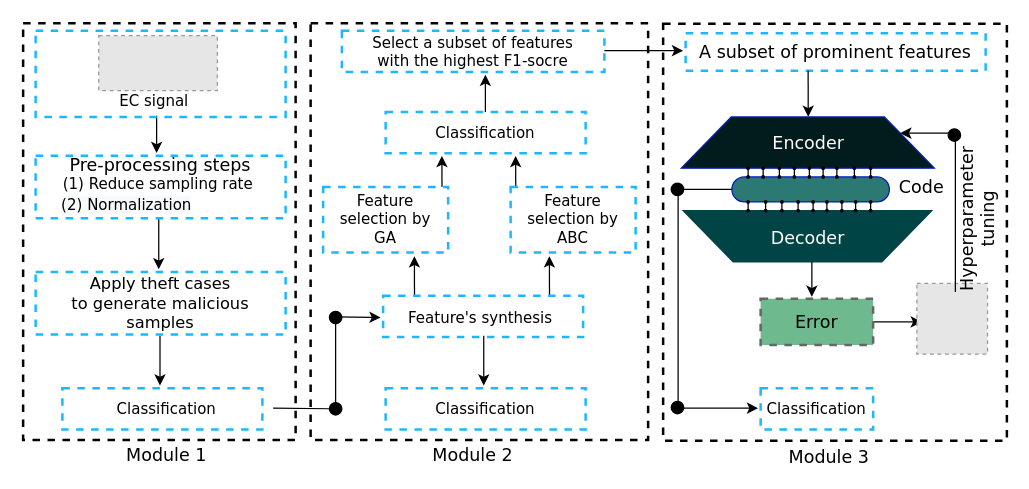
This is j2_systemModel.drawio from Faisalse/j1_smartgrid, a draw.io file, before an edit. Source tidied: cells renumbered, new cells numbered last; positions are measured from the earlier drawing's top-left corner, leaving out a move shared by most shapes. Both pictures are drawn from the tidied source at 125%, with x=0, y=0 at pixel (22, 22). Pictures stored in the file or linked from it are replaced by grey dashed boxes.
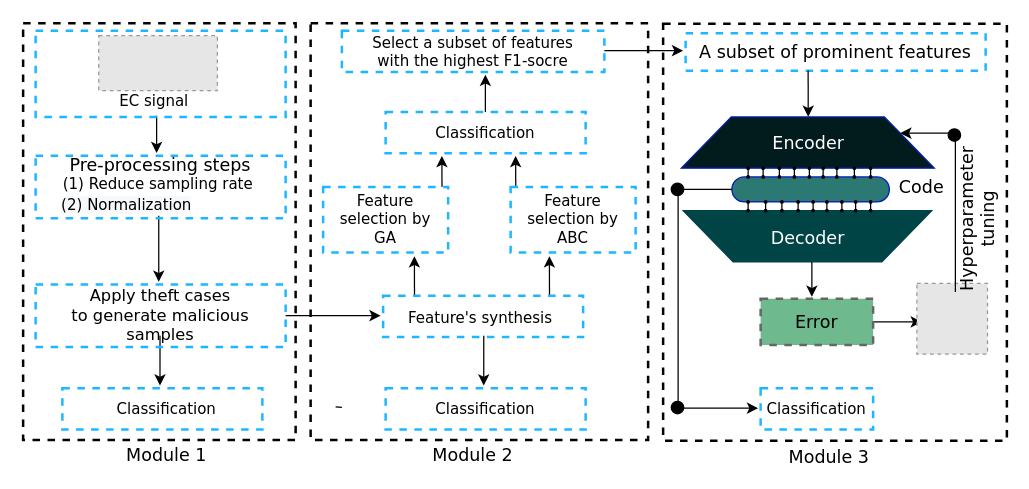
The same page after the edit.

Diff of the diagram source:
```diff
@@
-    <mxCell id="32" style="endArrow=classic;html=1;fontFamily=Verdana;" parent="1" edge="1">
+    <mxCell id="32" style="endArrow=classic;html=1;fontFamily=Verdana;endSize=6;" parent="1" edge="1">
       <mxGeometry relative="1" as="geometry">
-        <mxPoint x="108.5" y="155" as="sourcePoint" />
-        <mxPoint x="108.5" y="197" as="targetPoint" />
+        <mxPoint x="108.5" y="154" as="sourcePoint" />
+        <mxPoint x="108.5" y="207" as="targetPoint" />
       </mxGeometry>
     </mxCell>
@@
     <mxCell id="39" style="rounded=0;whiteSpace=wrap;html=1;dashed=1;strokeWidth=2;fillColor=none;strokeColor=#1EB6FF;fontFamily=Verdana;" parent="1" vertex="1">
-      <mxGeometry x="10" y="199" width="200" height="50" as="geometry" />
+      <mxGeometry x="10" y="209" width="200" height="50" as="geometry" />
     </mxCell>
     <mxCell id="40" value="&lt;font style=&quot;font-size: 13px&quot;&gt;Apply theft cases&lt;br&gt;to generate malicious samples&lt;br&gt;&lt;/font&gt;" style="text;html=1;strokeColor=none;fillColor=none;align=center;verticalAlign=middle;whiteSpace=wrap;rounded=0;dashed=1;fontFamily=Verdana;" parent="1" vertex="1">
-      <mxGeometry x="20" y="214" width="180" height="20" as="geometry" />
+      <mxGeometry x="20" y="224" width="180" height="20" as="geometry" />
     </mxCell>
@@
-    <mxCell id="45" style="endArrow=none;html=1;exitX=0.998;exitY=0.394;exitDx=0;exitDy=0;exitPerimeter=0;startArrow=none;fontFamily=Verdana;" parent="1" edge="1" source="47">
+    <mxCell id="45" style="endArrow=none;html=1;exitX=0.998;exitY=0.394;exitDx=0;exitDy=0;exitPerimeter=0;startArrow=none;fontFamily=Verdana;" parent="1" edge="1">
       <mxGeometry relative="1" as="geometry">
+        <mxPoint x="255" y="307.4" as="sourcePoint" />
         <mxPoint x="250" y="307" as="targetPoint" />
       </mxGeometry>
     </mxCell>
-    <mxCell id="46" style="endArrow=none;html=1;fontFamily=Verdana;" parent="1" edge="1">
-      <mxGeometry relative="1" as="geometry">
-        <mxPoint x="250" y="308" as="sourcePoint" />
-        <mxPoint x="250" y="234" as="targetPoint" />
-      </mxGeometry>
-    </mxCell>
-    <mxCell id="47" style="ellipse;whiteSpace=wrap;html=1;strokeWidth=1;fillColor=#000000;fontFamily=Verdana;" parent="1" vertex="1">
-      <mxGeometry x="245" y="303.5" width="10" height="10" as="geometry" />
-    </mxCell>
-    <mxCell id="48" style="endArrow=none;html=1;fontFamily=Verdana;" parent="1" edge="1" target="47">
-      <mxGeometry relative="1" as="geometry">
-        <mxPoint x="200" y="308" as="sourcePoint" />
-      </mxGeometry>
-    </mxCell>
-    <mxCell id="49" style="endArrow=classic;html=1;endFill=1;fontFamily=Verdana;" parent="1" edge="1">
+    <mxCell id="49" style="endArrow=classic;html=1;endFill=1;fontFamily=Verdana;exitX=1;exitY=0.5;exitDx=0;exitDy=0;" parent="1" edge="1" source="39">
       <mxGeometry relative="1" as="geometry">
-        <mxPoint x="249" y="235" as="sourcePoint" />
-        <mxPoint x="286" y="235.5" as="targetPoint" />
+        <mxPoint x="286" y="234" as="targetPoint" />
       </mxGeometry>
     </mxCell>
-    <mxCell id="50" style="ellipse;whiteSpace=wrap;html=1;strokeWidth=1;fillColor=#000000;fontFamily=Verdana;" parent="1" vertex="1">
-      <mxGeometry x="245" y="230.5" width="10" height="10" as="geometry" />
-    </mxCell>
```
